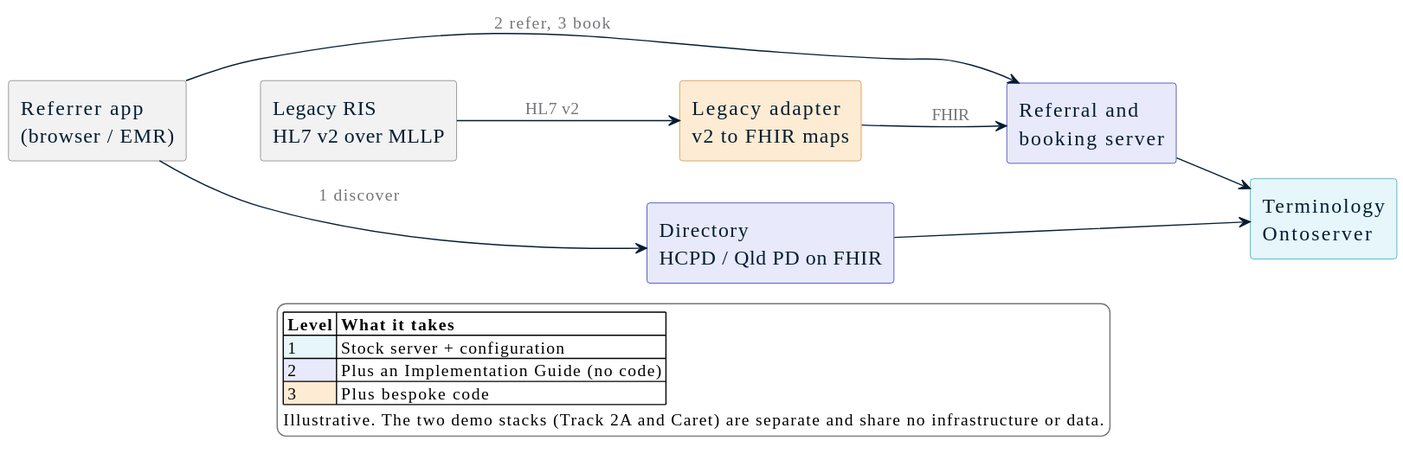
The PlantUML diagram 2026-10-29/2-FHIR-For-Services/slides/diagrams/services-architecture.svg in aehrc/qh-connectathon, before a commit.
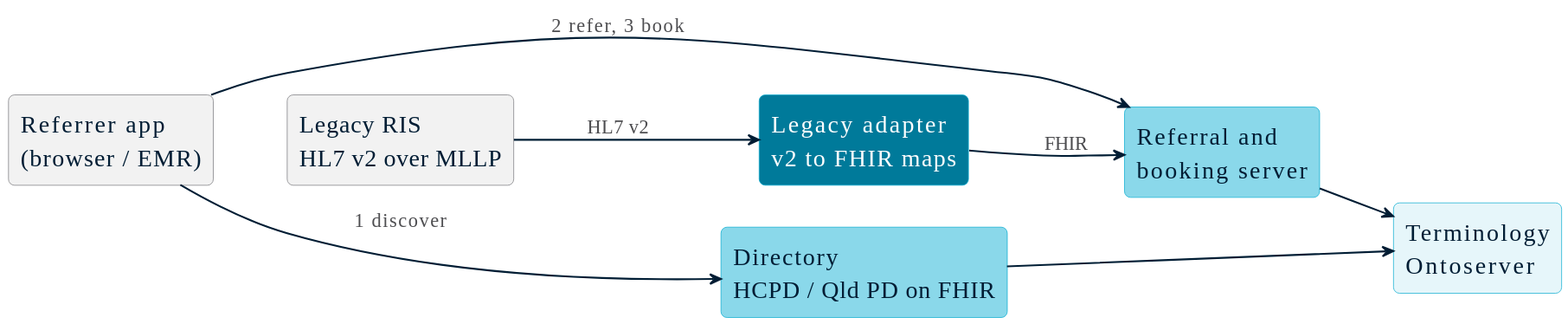
After the commit.

The edit, as a diff of the source:
```diff
@@ -1,28 +1,14 @@
 @startuml
-skinparam backgroundColor transparent
-skinparam shadowing false
-skinparam defaultFontName Calibri
-skinparam defaultFontSize 17
+!include palette.iuml
 skinparam componentStyle rectangle
-skinparam ArrowColor #001D34
-skinparam ArrowFontColor #757579
-skinparam ArrowFontSize 14
-skinparam component {
-  FontColor #001D34
-  BorderColor #757579
-}
-skinparam legend {
-  BackgroundColor #FFFFFF
-  BorderColor #757579
-}
 left to right direction
 
-component "Referrer app\n(browser / EMR)" as REF #F2F2F2
-component "Legacy RIS\nHL7 v2 over MLLP" as RIS #F2F2F2
-component "Directory\nHCPD / Qld PD on FHIR" as DIR #E8E9FA;line:1E22AA
-component "Referral and\nbooking server" as SRV #E8E9FA;line:1E22AA
-component "Legacy adapter\nv2 to FHIR maps" as ADP #FDEBD3;line:D9822B
-component "Terminology\nOntoserver" as TX #E6F6FA;line:00A9CE
+rectangle "Referrer app\n(browser / EMR)" as REF #F2F2F2;line:757579
+rectangle "Legacy RIS\nHL7 v2 over MLLP" as RIS #F2F2F2;line:757579
+rectangle "Directory\nHCPD / Qld PD on FHIR" as DIR #$L2
+rectangle "Referral and\nbooking server" as SRV #$L2
+rectangle "<color:white>Legacy adapter</color>\n<color:white>v2 to FHIR maps</color>" as ADP #$L3
+rectangle "Terminology\nOntoserver" as TX #$L1
 
 REF --> DIR : 1 discover
 REF --> SRV : 2 refer, 3 book
@@ -34,12 +20,4 @@
 REF -[hidden]down-> RIS
 DIR -[hidden]down-> SRV
 SRV -[hidden]down-> ADP
-
-legend bottom
-  |= Level |= What it takes |
-  |<#E6F6FA> 1 | Stock server + configuration |
-  |<#E8E9FA> 2 | Plus an Implementation Guide (no code) |
-  |<#FDEBD3> 3 | Plus bespoke code |
-  Illustrative. The two demo stacks (Track 2A and Caret) are separate and share no infrastructure or data.
-endlegend
 @enduml
```
